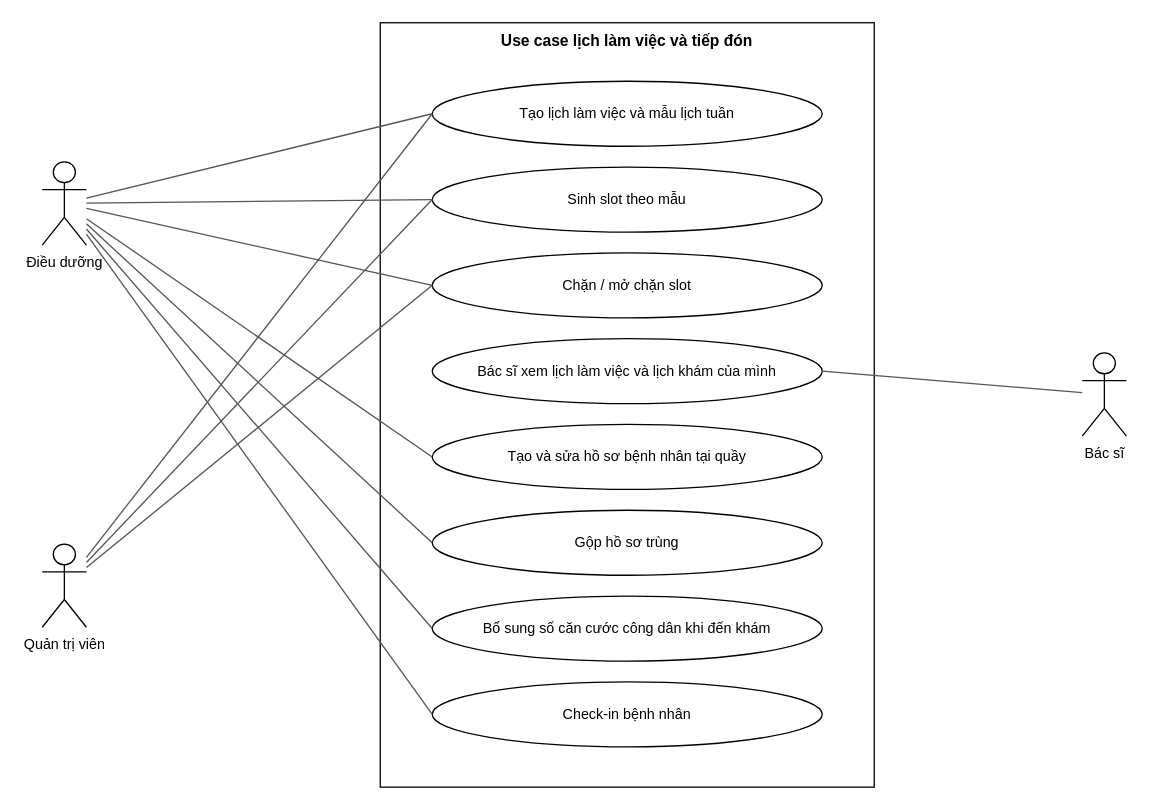
viethung12062005/smart-hospital-platform keeps this draw.io diagram as page "Scheduling and reception use cases" (2 of 6) of docs/02-requirements/srs/dist/diagrams/04-use-case-diagrams.drawio. Above is the earlier version. Source tidied: cells renumbered, new cells numbered last; positions are measured from the earlier drawing's top-left corner, leaving out a move shared by most shapes. Both pictures are drawn from the tidied source at 130%, with x=0, y=0 at pixel (42, 22).
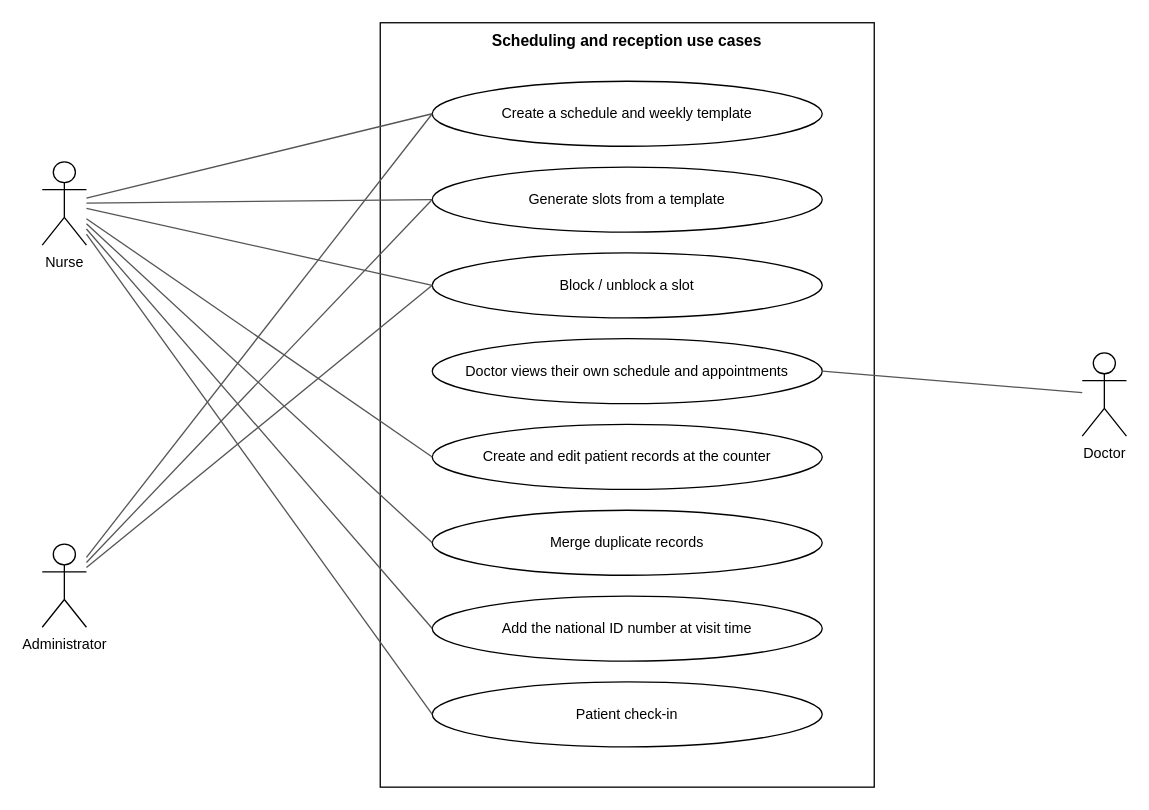
The same diagram, later.

The edit, as a diff of the source:
```diff
@@
-    <mxCell id="2" value="&lt;b&gt;Use case lịch làm việc và tiếp đón&lt;/b&gt;" style="rounded=0;whiteSpace=wrap;html=1;verticalAlign=top;fillColor=none;" parent="1" vertex="1">
+    <mxCell id="2" value="&lt;b&gt;Scheduling and reception use cases&lt;/b&gt;" style="rounded=0;whiteSpace=wrap;html=1;verticalAlign=top;fillColor=none;" parent="1" vertex="1">
       <mxGeometry x="260" width="380" height="588" as="geometry" />
     </mxCell>
-    <mxCell id="3" value="Tạo lịch làm việc và mẫu lịch tuần" style="ellipse;whiteSpace=wrap;html=1;fontSize=11;" parent="1" vertex="1">
+    <mxCell id="3" value="Create a schedule and weekly template" style="ellipse;whiteSpace=wrap;html=1;fontSize=11;" parent="1" vertex="1">
       <mxGeometry x="300" y="45" width="300" height="50" as="geometry" />
     </mxCell>
-    <mxCell id="4" value="Sinh slot theo mẫu" style="ellipse;whiteSpace=wrap;html=1;fontSize=11;" parent="1" vertex="1">
+    <mxCell id="4" value="Generate slots from a template" style="ellipse;whiteSpace=wrap;html=1;fontSize=11;" parent="1" vertex="1">
       <mxGeometry x="300" y="111" width="300" height="50" as="geometry" />
     </mxCell>
-    <mxCell id="5" value="Chặn / mở chặn slot" style="ellipse;whiteSpace=wrap;html=1;fontSize=11;" parent="1" vertex="1">
+    <mxCell id="5" value="Block / unblock a slot" style="ellipse;whiteSpace=wrap;html=1;fontSize=11;" parent="1" vertex="1">
       <mxGeometry x="300" y="177" width="300" height="50" as="geometry" />
     </mxCell>
-    <mxCell id="6" value="Bác sĩ xem lịch làm việc và lịch khám của mình" style="ellipse;whiteSpace=wrap;html=1;fontSize=11;" parent="1" vertex="1">
+    <mxCell id="6" value="Doctor views their own schedule and appointments" style="ellipse;whiteSpace=wrap;html=1;fontSize=11;" parent="1" vertex="1">
       <mxGeometry x="300" y="243" width="300" height="50" as="geometry" />
     </mxCell>
-    <mxCell id="7" value="Tạo và sửa hồ sơ bệnh nhân tại quầy" style="ellipse;whiteSpace=wrap;html=1;fontSize=11;" parent="1" vertex="1">
+    <mxCell id="7" value="Create and edit patient records at the counter" style="ellipse;whiteSpace=wrap;html=1;fontSize=11;" parent="1" vertex="1">
       <mxGeometry x="300" y="309" width="300" height="50" as="geometry" />
     </mxCell>
-    <mxCell id="8" value="Gộp hồ sơ trùng" style="ellipse;whiteSpace=wrap;html=1;fontSize=11;" parent="1" vertex="1">
+    <mxCell id="8" value="Merge duplicate records" style="ellipse;whiteSpace=wrap;html=1;fontSize=11;" parent="1" vertex="1">
       <mxGeometry x="300" y="375" width="300" height="50" as="geometry" />
     </mxCell>
-    <mxCell id="9" value="Bổ sung số căn cước công dân khi đến khám" style="ellipse;whiteSpace=wrap;html=1;fontSize=11;" parent="1" vertex="1">
+    <mxCell id="9" value="Add the national ID number at visit time" style="ellipse;whiteSpace=wrap;html=1;fontSize=11;" parent="1" vertex="1">
       <mxGeometry x="300" y="441" width="300" height="50" as="geometry" />
     </mxCell>
-    <mxCell id="10" value="Check-in bệnh nhân" style="ellipse;whiteSpace=wrap;html=1;fontSize=11;" parent="1" vertex="1">
+    <mxCell id="10" value="Patient check-in" style="ellipse;whiteSpace=wrap;html=1;fontSize=11;" parent="1" vertex="1">
       <mxGeometry x="300" y="507" width="300" height="50" as="geometry" />
     </mxCell>
-    <mxCell id="11" value="Điều dưỡng" style="shape=umlActor;verticalLabelPosition=bottom;verticalAlign=top;html=1;outlineConnect=0;fontSize=11;" parent="1" vertex="1">
+    <mxCell id="11" value="Nurse" style="shape=umlActor;verticalLabelPosition=bottom;verticalAlign=top;html=1;outlineConnect=0;fontSize=11;" parent="1" vertex="1">
       <mxGeometry y="107" width="34" height="64" as="geometry" />
     </mxCell>
-    <mxCell id="12" value="Quản trị viên" style="shape=umlActor;verticalLabelPosition=bottom;verticalAlign=top;html=1;outlineConnect=0;fontSize=11;" parent="1" vertex="1">
+    <mxCell id="12" value="Administrator" style="shape=umlActor;verticalLabelPosition=bottom;verticalAlign=top;html=1;outlineConnect=0;fontSize=11;" parent="1" vertex="1">
       <mxGeometry y="401" width="34" height="64" as="geometry" />
     </mxCell>
-    <mxCell id="13" value="Bác sĩ" style="shape=umlActor;verticalLabelPosition=bottom;verticalAlign=top;html=1;outlineConnect=0;fontSize=11;" parent="1" vertex="1">
+    <mxCell id="13" value="Doctor" style="shape=umlActor;verticalLabelPosition=bottom;verticalAlign=top;html=1;outlineConnect=0;fontSize=11;" parent="1" vertex="1">
       <mxGeometry x="800" y="254" width="34" height="64" as="geometry" />
     </mxCell>
```
